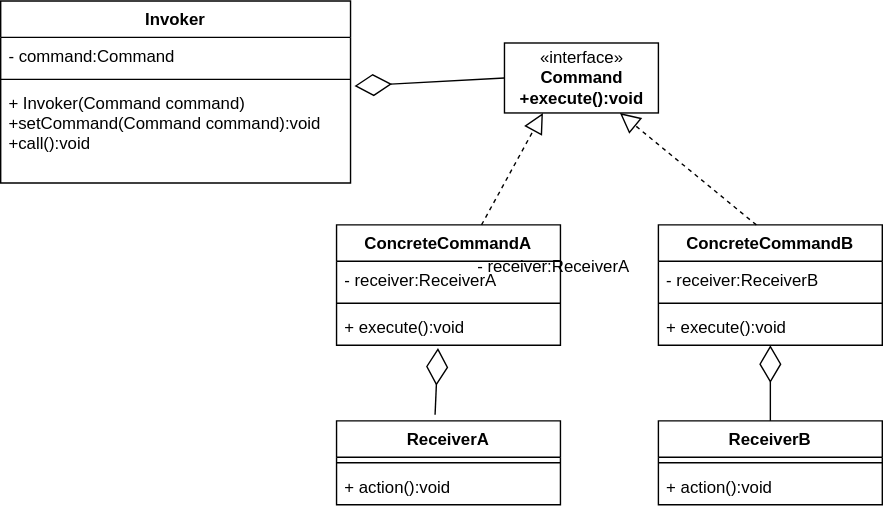
Before: command.drawio.svg, a diagram exported from draw.io (szuchenyajun/design_pattern_uml). Source tidied: cells renumbered, new cells last; positions are measured from the earlier drawing's top-left corner, leaving out a move shared by most shapes.
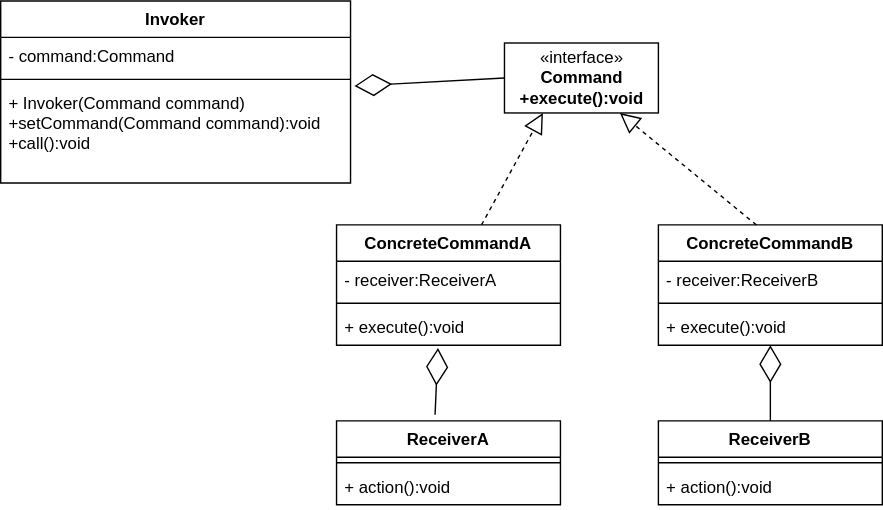
The same diagram one commit later.

What changed in the source:
```diff
@@ -29,9 +29,6 @@
     <mxCell id="10" value="+ execute():void" style="text;strokeColor=none;fillColor=none;align=left;verticalAlign=top;spacingLeft=4;spacingRight=4;overflow=hidden;points=[[0,0.5],[1,0.5]];portConstraint=eastwest;" parent="7" vertex="1">
       <mxGeometry y="60" width="160" height="26" as="geometry" />
     </mxCell>
-    <mxCell id="11" value="- receiver:ReceiverA" style="text;strokeColor=none;fillColor=none;align=left;verticalAlign=top;spacingLeft=4;spacingRight=4;overflow=hidden;" parent="1" vertex="1">
-      <mxGeometry x="335" y="176" width="160" height="26" as="geometry" />
-    </mxCell>
     <mxCell id="12" value="ConcreteCommandB" style="swimlane;fontStyle=1;align=center;verticalAlign=top;horizontal=1;startSize=26;" parent="1" vertex="1">
       <mxGeometry x="470" y="160" width="160" height="86" as="geometry" />
     </mxCell>
```
